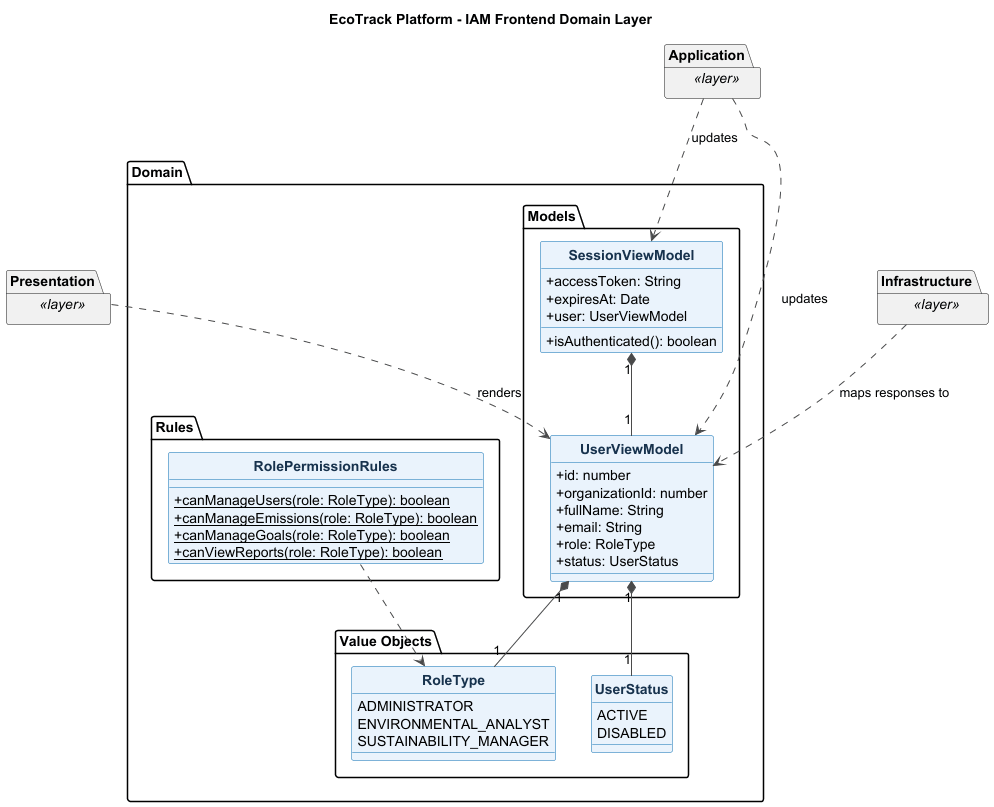
Earlier version of the PlantUML export docs/diagrams/class/frontend/ecotrack-iam-frontend-domain-layer-class-diagram.png (Horizon-OpenSource/report). Its diagram source:
```plantuml
@startuml
title EcoTrack Platform - IAM Frontend Domain Layer
skinparam backgroundColor #FFFFFF
skinparam shadowing false
skinparam classAttributeIconSize 0
skinparam classFontStyle bold
skinparam class {
  BackgroundColor #EAF3FC
  BorderColor #0B6FB3
  ArrowColor #4A4A4A
  FontColor #17324D
}
skinparam enum {
  BackgroundColor #FDF3E3
  BorderColor #C9832B
  FontColor #5A3E12
}
hide circle

package "Domain" {
  package "Models" {
    class UserViewModel {
      +id: number
      +organizationId: number
      +fullName: String
      +email: String
      +role: RoleType
      +status: UserStatus
    }

    class SessionViewModel {
      +accessToken: String
      +expiresAt: Date
      +user: UserViewModel
      +isAuthenticated(): boolean
    }
  }

  package "Value Objects" {
    enum RoleType {
      ADMINISTRATOR
      ENVIRONMENTAL_ANALYST
      SUSTAINABILITY_MANAGER
    }
    enum UserStatus {
      ACTIVE
      DISABLED
    }
  }

  package "Rules" {
    class RolePermissionRules {
      +{static} canManageUsers(role: RoleType): boolean
      +{static} canManageEmissions(role: RoleType): boolean
      +{static} canManageGoals(role: RoleType): boolean
      +{static} canViewReports(role: RoleType): boolean
    }
  }

  UserViewModel "1" *-- "1" RoleType
  UserViewModel "1" *-- "1" UserStatus
  SessionViewModel "1" *-- "1" UserViewModel
  RolePermissionRules ..> RoleType
}

package "Presentation" as Frontend_iam_Presentation <<layer>> {
}
package "Application" as Frontend_iam_Application <<layer>> {
}
package "Infrastructure" as Frontend_iam_Infrastructure <<layer>> {
}

Frontend_iam_Presentation ..> UserViewModel : renders
Frontend_iam_Application ..> SessionViewModel : updates
Frontend_iam_Application ..> UserViewModel : updates
Frontend_iam_Infrastructure ..> UserViewModel : maps responses to

@enduml
```
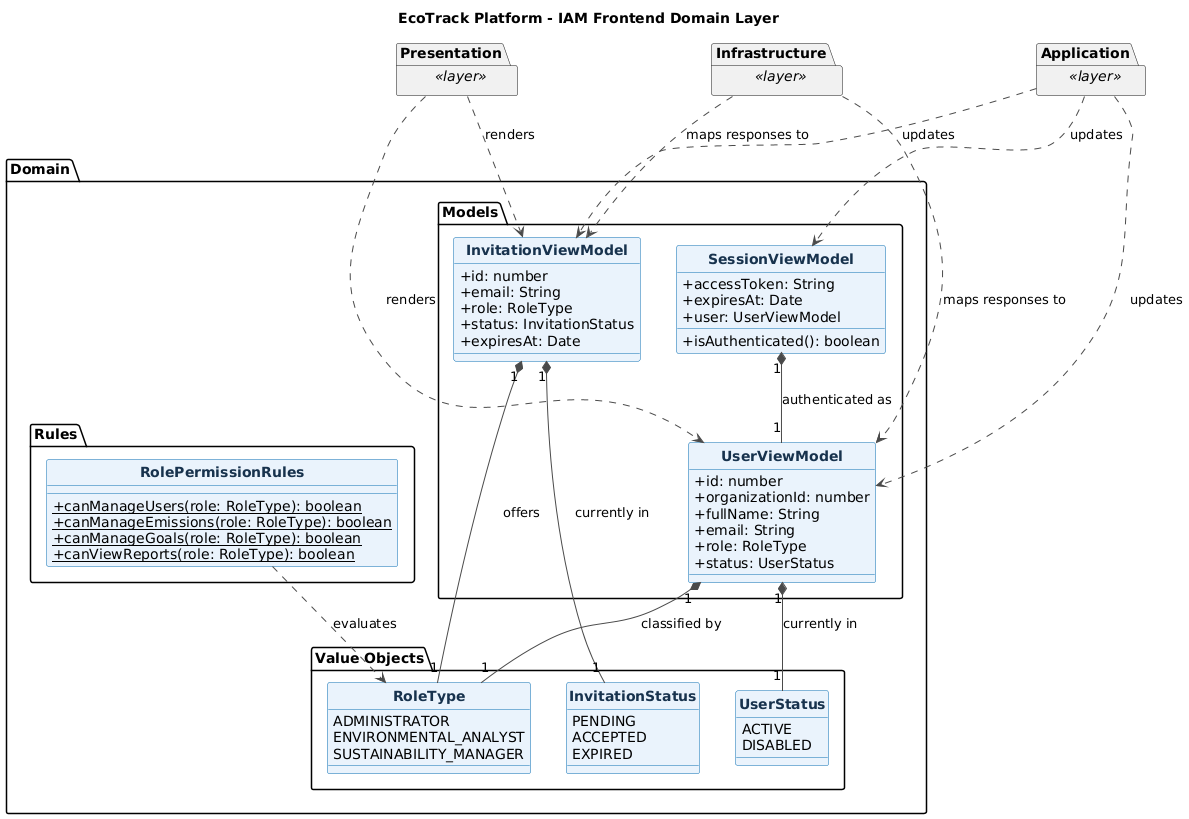
Above is the later version.

The edit, as a diff of the source:
```diff
@@ -28,6 +28,14 @@
       +status: UserStatus
     }
 
+    class InvitationViewModel {
+      +id: number
+      +email: String
+      +role: RoleType
+      +status: InvitationStatus
+      +expiresAt: Date
+    }
+
     class SessionViewModel {
       +accessToken: String
       +expiresAt: Date
@@ -46,6 +54,11 @@
       ACTIVE
       DISABLED
     }
+    enum InvitationStatus {
+      PENDING
+      ACCEPTED
+      EXPIRED
+    }
   }
 
   package "Rules" {
@@ -57,10 +70,12 @@
     }
   }
 
-  UserViewModel "1" *-- "1" RoleType
-  UserViewModel "1" *-- "1" UserStatus
-  SessionViewModel "1" *-- "1" UserViewModel
-  RolePermissionRules ..> RoleType
+  UserViewModel "1" *-- "1" RoleType : classified by
+  UserViewModel "1" *-- "1" UserStatus : currently in
+  InvitationViewModel "1" *-- "1" RoleType : offers
+  InvitationViewModel "1" *-- "1" InvitationStatus : currently in
+  SessionViewModel "1" *-- "1" UserViewModel : authenticated as
+  RolePermissionRules ..> RoleType : evaluates
 }
 
 package "Presentation" as Frontend_iam_Presentation <<layer>> {
@@ -71,8 +86,11 @@
 }
 
 Frontend_iam_Presentation ..> UserViewModel : renders
+Frontend_iam_Presentation ..> InvitationViewModel : renders
 Frontend_iam_Application ..> SessionViewModel : updates
 Frontend_iam_Application ..> UserViewModel : updates
+Frontend_iam_Application ..> InvitationViewModel : updates
 Frontend_iam_Infrastructure ..> UserViewModel : maps responses to
+Frontend_iam_Infrastructure ..> InvitationViewModel : maps responses to
 
 @enduml
```
